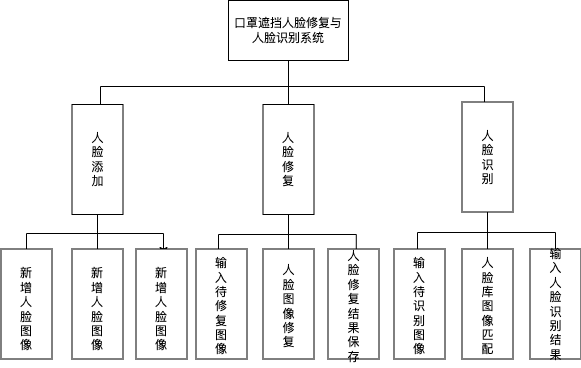
jtwty/Face_Rec keeps this draw.io diagram as 系统功能模块设计.drawio.png. Above is the earlier version. Source tidied: cells renumbered, new cells last; positions are measured from the earlier drawing's top-left corner, leaving out a move shared by most shapes.
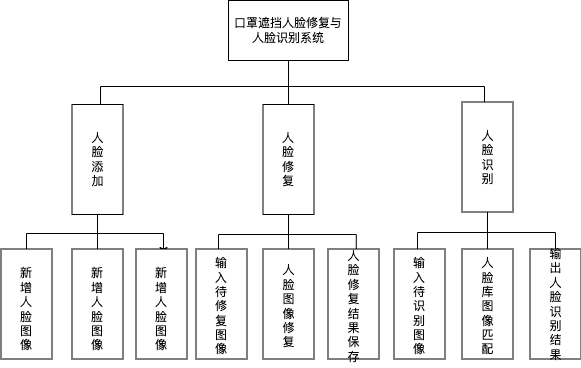
After the commit.

Commit message:
更新系统功能模块设计.drawio.png

Change to the diagram source:
```diff
@@ -152,7 +152,7 @@
     <mxCell id="37" value="人脸库图像匹配" style="text;html=1;strokeColor=none;fillColor=none;align=center;verticalAlign=middle;whiteSpace=wrap;rounded=0;" parent="1" vertex="1">
       <mxGeometry x="504.5" y="246" width="23" height="120" as="geometry" />
     </mxCell>
-    <mxCell id="38" value="输入人脸识别结果" style="text;html=1;strokeColor=none;fillColor=none;align=center;verticalAlign=middle;whiteSpace=wrap;rounded=0;" parent="1" vertex="1">
+    <mxCell id="38" value="输出人脸识别结果" style="text;html=1;strokeColor=none;fillColor=none;align=center;verticalAlign=middle;whiteSpace=wrap;rounded=0;" parent="1" vertex="1">
       <mxGeometry x="580.5" y="271.5" width="7" height="64" as="geometry" />
     </mxCell>
   </root>
```
